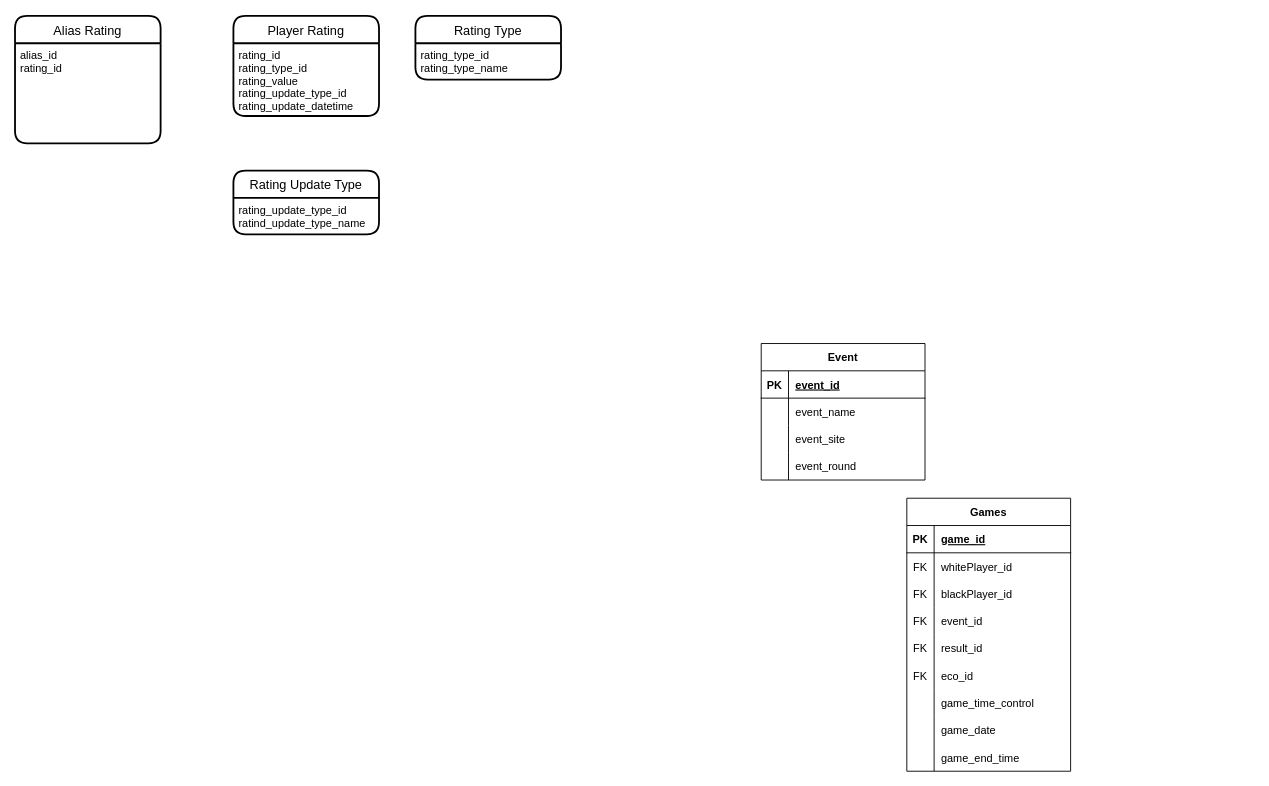
This is page "Current Rating" (3 of 4) of documentation/database/logical-model.drawio from Techmate-Chess/BoardBuddy, a draw.io file, before an edit. Source tidied: cells renumbered, new cells numbered last; positions are measured from the earlier drawing's top-left corner, leaving out a move shared by most shapes. Both pictures are drawn from the tidied source at 91%, with x=0, y=0 at pixel (15, 15).
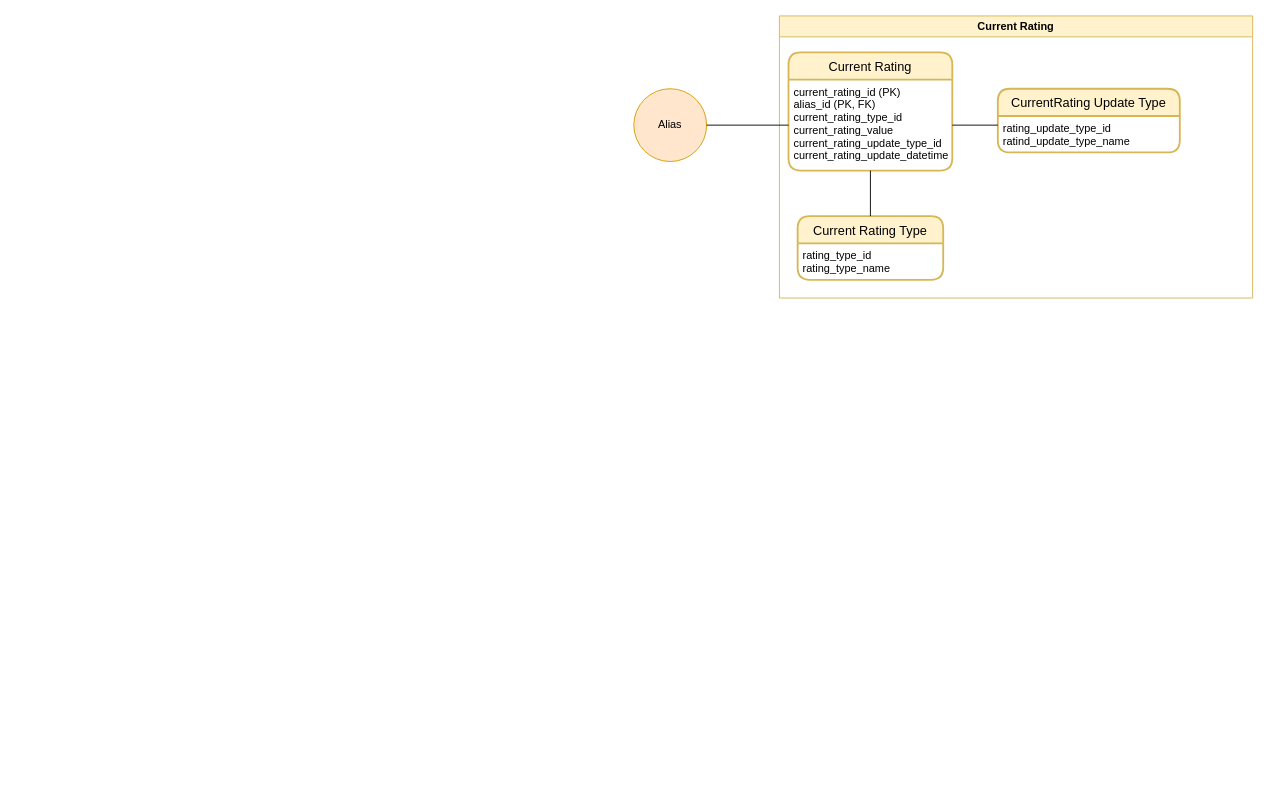
Above is the later version.

Diff of the diagram source:
```diff
@@
-    <mxCell id="2" value="Games" style="shape=table;startSize=30;childLayout=tableLayout;rowLines=0;fontStyle=1;align=center;" parent="1" vertex="1">
-      <mxGeometry x="980" y="530" width="180" height="300" as="geometry" />
-    </mxCell>
-    <mxCell id="3" style="shape=tableRow;horizontal=0;startSize=0;swimlaneHead=0;swimlaneBody=0;fillColor=none;top=0;left=0;right=0;bottom=1;" parent="2" vertex="1">
-      <mxGeometry y="30" width="180" height="30" as="geometry" />
-    </mxCell>
-    <mxCell id="4" value="PK" style="shape=partialRectangle;fillColor=none;top=0;left=0;bottom=0;right=0;fontStyle=1;overflow=hidden;" parent="3" vertex="1">
-      <mxGeometry width="30" height="30" as="geometry" />
-    </mxCell>
-    <mxCell id="5" value="game_id" style="shape=partialRectangle;fillColor=none;top=0;left=0;bottom=0;right=0;align=left;spacingLeft=6;fontStyle=5;overflow=hidden;" parent="3" vertex="1">
-      <mxGeometry x="30" width="150" height="30" as="geometry" />
-    </mxCell>
-    <mxCell id="6" style="shape=tableRow;horizontal=0;startSize=0;swimlaneHead=0;swimlaneBody=0;fillColor=none;top=0;left=0;right=0;bottom=0;" parent="2" vertex="1">
-      <mxGeometry y="60" width="180" height="30" as="geometry" />
-    </mxCell>
-    <mxCell id="7" value="FK" style="shape=partialRectangle;fillColor=none;top=0;left=0;bottom=0;right=0;overflow=hidden;" parent="6" vertex="1">
-      <mxGeometry width="30" height="30" as="geometry" />
-    </mxCell>
-    <mxCell id="8" value="whitePlayer_id" style="shape=partialRectangle;fillColor=none;top=0;left=0;bottom=0;right=0;align=left;spacingLeft=6;overflow=hidden;" parent="6" vertex="1">
-      <mxGeometry x="30" width="150" height="30" as="geometry" />
-    </mxCell>
-    <mxCell id="9" style="shape=tableRow;horizontal=0;startSize=0;swimlaneHead=0;swimlaneBody=0;fillColor=none;top=0;left=0;right=0;bottom=0;" parent="2" vertex="1">
-      <mxGeometry y="90" width="180" height="30" as="geometry" />
-    </mxCell>
-    <mxCell id="10" value="FK" style="shape=partialRectangle;fillColor=none;top=0;left=0;bottom=0;right=0;overflow=hidden;" parent="9" vertex="1">
-      <mxGeometry width="30" height="30" as="geometry" />
-    </mxCell>
-    <mxCell id="11" value="blackPlayer_id" style="shape=partialRectangle;fillColor=none;top=0;left=0;bottom=0;right=0;align=left;spacingLeft=6;overflow=hidden;" parent="9" vertex="1">
-      <mxGeometry x="30" width="150" height="30" as="geometry" />
-    </mxCell>
-    <mxCell id="12" style="shape=tableRow;horizontal=0;startSize=0;swimlaneHead=0;swimlaneBody=0;fillColor=none;top=0;left=0;right=0;bottom=0;" parent="2" vertex="1">
-      <mxGeometry y="120" width="180" height="30" as="geometry" />
-    </mxCell>
-    <mxCell id="13" value="FK" style="shape=partialRectangle;fillColor=none;top=0;left=0;bottom=0;right=0;overflow=hidden;" parent="12" vertex="1">
-      <mxGeometry width="30" height="30" as="geometry" />
-    </mxCell>
-    <mxCell id="14" value="event_id" style="shape=partialRectangle;fillColor=none;top=0;left=0;bottom=0;right=0;align=left;spacingLeft=6;overflow=hidden;" parent="12" vertex="1">
-      <mxGeometry x="30" width="150" height="30" as="geometry" />
-    </mxCell>
-    <mxCell id="15" style="shape=tableRow;horizontal=0;startSize=0;swimlaneHead=0;swimlaneBody=0;fillColor=none;top=0;left=0;right=0;bottom=0;" parent="2" vertex="1">
-      <mxGeometry y="150" width="180" height="30" as="geometry" />
-    </mxCell>
-    <mxCell id="16" value="FK" style="shape=partialRectangle;fillColor=none;top=0;left=0;bottom=0;right=0;overflow=hidden;" parent="15" vertex="1">
-      <mxGeometry width="30" height="30" as="geometry" />
-    </mxCell>
-    <mxCell id="17" value="result_id" style="shape=partialRectangle;fillColor=none;top=0;left=0;bottom=0;right=0;align=left;spacingLeft=6;overflow=hidden;" parent="15" vertex="1">
-      <mxGeometry x="30" width="150" height="30" as="geometry" />
-    </mxCell>
-    <mxCell id="18" style="shape=tableRow;horizontal=0;startSize=0;swimlaneHead=0;swimlaneBody=0;fillColor=none;top=0;left=0;right=0;bottom=0;" parent="2" vertex="1">
-      <mxGeometry y="180" width="180" height="30" as="geometry" />
-    </mxCell>
-    <mxCell id="19" value="FK" style="shape=partialRectangle;fillColor=none;top=0;left=0;bottom=0;right=0;overflow=hidden;" parent="18" vertex="1">
-      <mxGeometry width="30" height="30" as="geometry" />
-    </mxCell>
-    <mxCell id="20" value="eco_id" style="shape=partialRectangle;fillColor=none;top=0;left=0;bottom=0;right=0;align=left;spacingLeft=6;overflow=hidden;labelBorderColor=none;" parent="18" vertex="1">
-      <mxGeometry x="30" width="150" height="30" as="geometry" />
-    </mxCell>
-    <mxCell id="21" style="shape=tableRow;horizontal=0;startSize=0;swimlaneHead=0;swimlaneBody=0;fillColor=none;top=0;left=0;right=0;bottom=0;" parent="2" vertex="1">
-      <mxGeometry y="210" width="180" height="30" as="geometry" />
-    </mxCell>
-    <mxCell id="22" style="shape=partialRectangle;fillColor=none;top=0;left=0;bottom=0;right=0;overflow=hidden;" parent="21" vertex="1">
-      <mxGeometry width="30" height="30" as="geometry" />
-    </mxCell>
-    <mxCell id="23" value="game_time_control" style="shape=partialRectangle;fillColor=none;top=0;left=0;bottom=0;right=0;align=left;spacingLeft=6;overflow=hidden;" parent="21" vertex="1">
-      <mxGeometry x="30" width="150" height="30" as="geometry" />
-    </mxCell>
-    <mxCell id="24" style="shape=tableRow;horizontal=0;startSize=0;swimlaneHead=0;swimlaneBody=0;fillColor=none;top=0;left=0;right=0;bottom=0;" parent="2" vertex="1">
-      <mxGeometry y="240" width="180" height="30" as="geometry" />
-    </mxCell>
-    <mxCell id="25" style="shape=partialRectangle;fillColor=none;top=0;left=0;bottom=0;right=0;overflow=hidden;" parent="24" vertex="1">
-      <mxGeometry width="30" height="30" as="geometry" />
-    </mxCell>
-    <mxCell id="26" value="game_date" style="shape=partialRectangle;fillColor=none;top=0;left=0;bottom=0;right=0;align=left;spacingLeft=6;overflow=hidden;" parent="24" vertex="1">
-      <mxGeometry x="30" width="150" height="30" as="geometry" />
-    </mxCell>
-    <mxCell id="27" style="shape=tableRow;horizontal=0;startSize=0;swimlaneHead=0;swimlaneBody=0;fillColor=none;top=0;left=0;right=0;bottom=0;" parent="2" vertex="1">
-      <mxGeometry y="270" width="180" height="30" as="geometry" />
-    </mxCell>
-    <mxCell id="28" style="shape=partialRectangle;fillColor=none;top=0;left=0;bottom=0;right=0;overflow=hidden;" parent="27" vertex="1">
-      <mxGeometry width="30" height="30" as="geometry" />
-    </mxCell>
-    <mxCell id="29" value="game_end_time" style="shape=partialRectangle;fillColor=none;top=0;left=0;bottom=0;right=0;align=left;spacingLeft=6;overflow=hidden;" parent="27" vertex="1">
-      <mxGeometry x="30" width="150" height="30" as="geometry" />
-    </mxCell>
-    <mxCell id="30" value="Event" style="shape=table;startSize=30;childLayout=tableLayout;rowLines=0;fontStyle=1;align=center;labelBorderColor=none;" parent="1" vertex="1">
-      <mxGeometry x="820" y="360" width="180" height="150" as="geometry" />
-    </mxCell>
-    <mxCell id="31" style="shape=tableRow;horizontal=0;startSize=0;swimlaneHead=0;swimlaneBody=0;fillColor=none;top=0;left=0;right=0;bottom=1;labelBorderColor=none;" parent="30" vertex="1">
-      <mxGeometry y="30" width="180" height="30" as="geometry" />
-    </mxCell>
-    <mxCell id="32" value="PK" style="shape=partialRectangle;fillColor=none;top=0;left=0;bottom=0;right=0;fontStyle=1;overflow=hidden;labelBorderColor=none;" parent="31" vertex="1">
-      <mxGeometry width="30" height="30" as="geometry" />
-    </mxCell>
-    <mxCell id="33" value="event_id" style="shape=partialRectangle;fillColor=none;top=0;left=0;bottom=0;right=0;align=left;spacingLeft=6;fontStyle=5;overflow=hidden;labelBorderColor=none;" parent="31" vertex="1">
-      <mxGeometry x="30" width="150" height="30" as="geometry" />
-    </mxCell>
-    <mxCell id="34" style="shape=tableRow;horizontal=0;startSize=0;swimlaneHead=0;swimlaneBody=0;fillColor=none;top=0;left=0;right=0;bottom=0;labelBorderColor=none;" parent="30" vertex="1">
-      <mxGeometry y="60" width="180" height="30" as="geometry" />
-    </mxCell>
-    <mxCell id="35" style="shape=partialRectangle;fillColor=none;top=0;left=0;bottom=0;right=0;overflow=hidden;labelBorderColor=none;" parent="34" vertex="1">
-      <mxGeometry width="30" height="30" as="geometry" />
-    </mxCell>
-    <mxCell id="36" value="event_name" style="shape=partialRectangle;fillColor=none;top=0;left=0;bottom=0;right=0;align=left;spacingLeft=6;overflow=hidden;labelBorderColor=none;" parent="34" vertex="1">
-      <mxGeometry x="30" width="150" height="30" as="geometry" />
-    </mxCell>
-    <mxCell id="37" style="shape=tableRow;horizontal=0;startSize=0;swimlaneHead=0;swimlaneBody=0;fillColor=none;top=0;left=0;right=0;bottom=0;labelBorderColor=none;" parent="30" vertex="1">
-      <mxGeometry y="90" width="180" height="30" as="geometry" />
-    </mxCell>
-    <mxCell id="38" style="shape=partialRectangle;fillColor=none;top=0;left=0;bottom=0;right=0;overflow=hidden;labelBorderColor=none;" parent="37" vertex="1">
-      <mxGeometry width="30" height="30" as="geometry" />
-    </mxCell>
-    <mxCell id="39" value="event_site" style="shape=partialRectangle;fillColor=none;top=0;left=0;bottom=0;right=0;align=left;spacingLeft=6;overflow=hidden;labelBorderColor=none;" parent="37" vertex="1">
-      <mxGeometry x="30" width="150" height="30" as="geometry" />
-    </mxCell>
-    <mxCell id="40" style="shape=tableRow;horizontal=0;startSize=0;swimlaneHead=0;swimlaneBody=0;fillColor=none;top=0;left=0;right=0;bottom=0;labelBorderColor=none;" parent="30" vertex="1">
-      <mxGeometry y="120" width="180" height="30" as="geometry" />
-    </mxCell>
-    <mxCell id="41" style="shape=partialRectangle;fillColor=none;top=0;left=0;bottom=0;right=0;overflow=hidden;labelBorderColor=none;" parent="40" vertex="1">
-      <mxGeometry width="30" height="30" as="geometry" />
-    </mxCell>
-    <mxCell id="42" value="event_round" style="shape=partialRectangle;fillColor=none;top=0;left=0;bottom=0;right=0;align=left;spacingLeft=6;overflow=hidden;labelBorderColor=none;" parent="40" vertex="1">
-      <mxGeometry x="30" width="150" height="30" as="geometry" />
-    </mxCell>
-    <mxCell id="43" value="Alias Rating" style="swimlane;horizontal=1;startSize=30;rounded=1;fontSize=14;fontStyle=0;strokeWidth=2;shadow=0;dashed=0;align=center;labelBorderColor=none;" parent="1" vertex="1">
-      <mxGeometry width="160" height="140" as="geometry" />
-    </mxCell>
-    <mxCell id="44" value="alias_id&#10;rating_id" style="align=left;strokeColor=none;fillColor=none;spacingLeft=4;fontSize=12;verticalAlign=top;labelBorderColor=none;" parent="43" vertex="1">
-      <mxGeometry y="30" width="160" height="110" as="geometry" />
-    </mxCell>
+    <mxCell id="51" value="Current Rating" style="swimlane;whiteSpace=wrap;html=1;fillColor=#fff2cc;strokeColor=#d6b656;swimlaneFillColor=default;" parent="1" vertex="1">
+      <mxGeometry x="840" width="520" height="310" as="geometry" />
+    </mxCell>
-    <mxCell id="45" value="Player Rating" style="swimlane;horizontal=1;startSize=30;rounded=1;fontSize=14;fontStyle=0;strokeWidth=2;shadow=0;dashed=0;align=center;labelBorderColor=none;" parent="1" vertex="1">
-      <mxGeometry x="240" width="160" height="110" as="geometry" />
+    <mxCell id="45" value="Current Rating" style="swimlane;horizontal=1;startSize=30;rounded=1;fontSize=14;fontStyle=0;strokeWidth=2;shadow=0;dashed=0;align=center;labelBorderColor=none;fillColor=#fff2cc;strokeColor=#d6b656;" parent="51" vertex="1">
+      <mxGeometry x="10" y="40" width="180" height="130" as="geometry" />
     </mxCell>
-    <mxCell id="46" value="rating_id&#10;rating_type_id&#10;rating_value&#10;rating_update_type_id&#10;rating_update_datetime" style="align=left;strokeColor=none;fillColor=none;spacingLeft=4;fontSize=12;verticalAlign=top;labelBorderColor=none;" parent="45" vertex="1">
-      <mxGeometry y="30" width="160" height="80" as="geometry" />
+    <mxCell id="46" value="current_rating_id (PK)&#10;alias_id (PK, FK)&#10;current_rating_type_id&#10;current_rating_value&#10;current_rating_update_type_id&#10;current_rating_update_datetime" style="align=left;strokeColor=none;fillColor=none;spacingLeft=4;fontSize=12;verticalAlign=top;labelBorderColor=none;" parent="45" vertex="1">
+      <mxGeometry y="30" width="180" height="100" as="geometry" />
     </mxCell>
+    <mxCell id="49" value="CurrentRating Update Type" style="swimlane;horizontal=1;startSize=30;rounded=1;fontSize=14;fontStyle=0;strokeWidth=2;shadow=0;dashed=0;align=center;labelBorderColor=none;fillColor=#fff2cc;strokeColor=#d6b656;" parent="51" vertex="1">
+      <mxGeometry x="240" y="80" width="200" height="70" as="geometry" />
+    </mxCell>
+    <mxCell id="50" value="rating_update_type_id&#10;ratind_update_type_name&#10;" style="align=left;strokeColor=none;fillColor=none;spacingLeft=4;fontSize=12;verticalAlign=top;labelBorderColor=none;" parent="49" vertex="1">
+      <mxGeometry y="30" width="200" height="40" as="geometry" />
+    </mxCell>
-    <mxCell id="47" value="Rating Type" style="swimlane;horizontal=1;startSize=30;rounded=1;fontSize=14;fontStyle=0;strokeWidth=2;shadow=0;dashed=0;align=center;labelBorderColor=none;" parent="1" vertex="1">
-      <mxGeometry x="440" width="160" height="70" as="geometry" />
+    <mxCell id="47" value="Current Rating Type" style="swimlane;horizontal=1;startSize=30;rounded=1;fontSize=14;fontStyle=0;strokeWidth=2;shadow=0;dashed=0;align=center;labelBorderColor=none;fillColor=#fff2cc;strokeColor=#d6b656;" parent="51" vertex="1">
+      <mxGeometry x="20" y="220" width="160" height="70" as="geometry" />
     </mxCell>
@@
-    <mxCell id="49" value="Rating Update Type" style="swimlane;horizontal=1;startSize=30;rounded=1;fontSize=14;fontStyle=0;strokeWidth=2;shadow=0;dashed=0;align=center;labelBorderColor=none;" parent="1" vertex="1">
-      <mxGeometry x="240" y="170" width="160" height="70" as="geometry" />
-    </mxCell>
-    <mxCell id="50" value="rating_update_type_id&#10;ratind_update_type_name&#10;" style="align=left;strokeColor=none;fillColor=none;spacingLeft=4;fontSize=12;verticalAlign=top;labelBorderColor=none;" parent="49" vertex="1">
-      <mxGeometry y="30" width="160" height="40" as="geometry" />
-    </mxCell>
+    <mxCell id="52" style="endArrow=none;html=1;rounded=0;entryX=0;entryY=0.25;entryDx=0;entryDy=0;exitX=1;exitY=0.5;exitDx=0;exitDy=0;" parent="51" edge="1" source="46" target="50">
+      <mxGeometry relative="1" as="geometry" />
+    </mxCell>
+    <mxCell id="53" style="endArrow=none;html=1;rounded=0;entryX=0.5;entryY=0;entryDx=0;entryDy=0;exitX=0.5;exitY=1;exitDx=0;exitDy=0;" parent="51" edge="1" source="46" target="47">
+      <mxGeometry relative="1" as="geometry" />
+    </mxCell>
+    <mxCell id="54" value="Alias" style="ellipse;whiteSpace=wrap;html=1;fillColor=#ffe6cc;strokeColor=#d79b00;" parent="1" vertex="1">
+      <mxGeometry x="680" y="80" width="80" height="80" as="geometry" />
+    </mxCell>
+    <mxCell id="55" style="endArrow=none;html=1;rounded=0;entryX=0;entryY=0.5;entryDx=0;entryDy=0;exitX=1;exitY=0.5;exitDx=0;exitDy=0;" parent="1" edge="1" source="54" target="46">
+      <mxGeometry relative="1" as="geometry" />
+    </mxCell>
```
